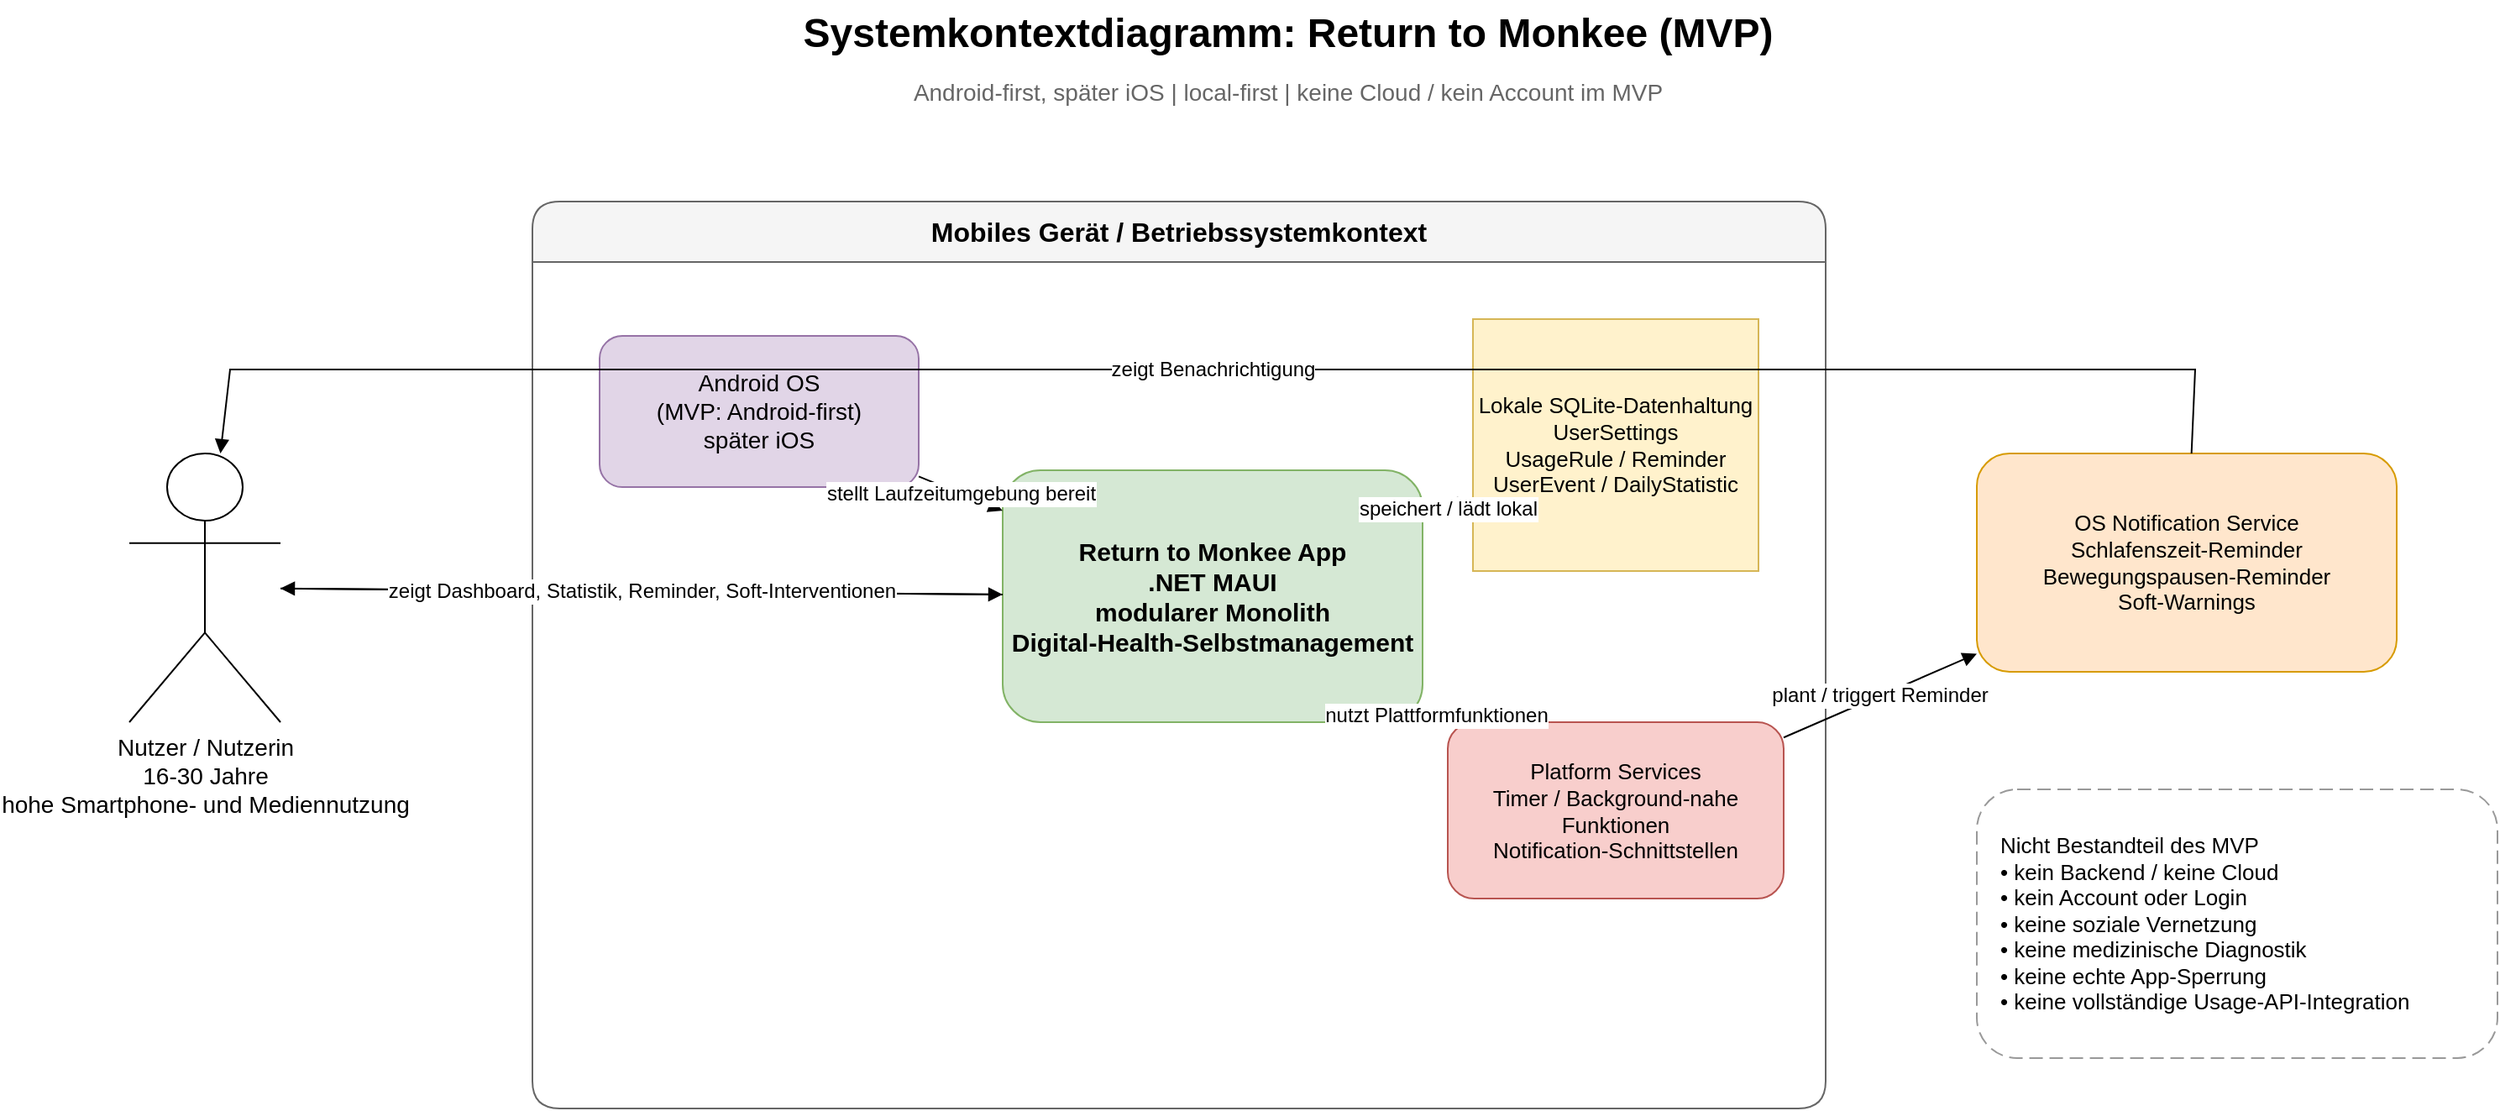
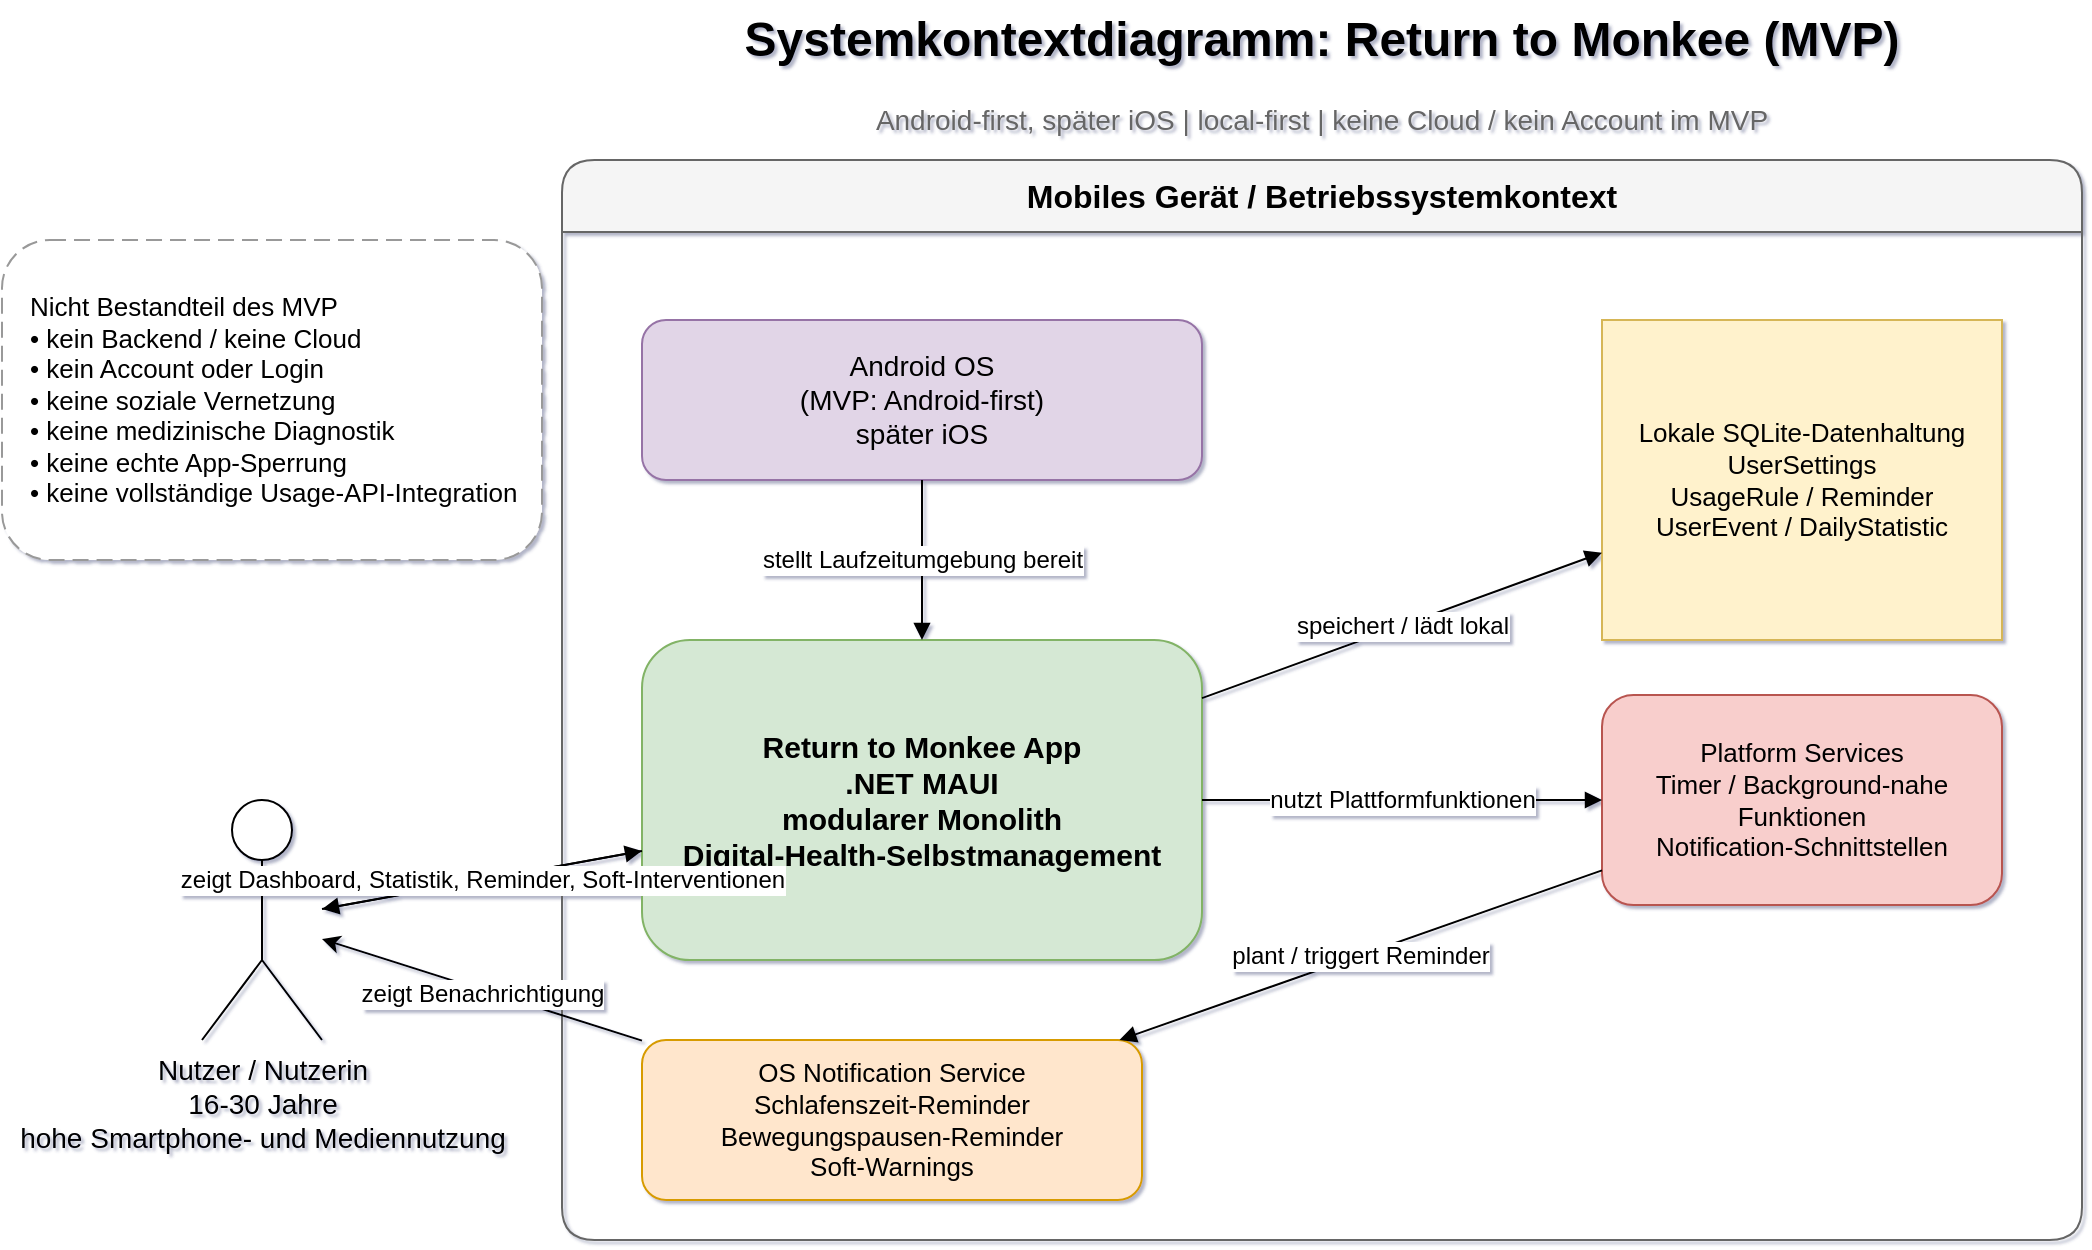
- <mxfile host="app.diagrams.net" modified="2026-05-11T00:00:00.000Z" agent="ChatGPT" version="24.7.17" type="device">
+ <mxfile host="app.diagrams.net" agent="ChatGPT">
  <diagram id="sysctx-v2" name="Systemkontext MVP v2">
-     <mxGraphModel dx="1600" dy="900" grid="1" gridSize="10" guides="1" tooltips="1" connect="1" arrows="1" fold="1" page="1" pageScale="1" pageWidth="1600" pageHeight="900" math="0" shadow="0">
+     <mxGraphModel dx="2018" dy="786" grid="1" gridSize="10" guides="1" tooltips="1" connect="1" arrows="1" fold="1" page="1" pageScale="1" pageWidth="1600" pageHeight="900" background="#ffffff" math="0" shadow="1">
      <root>
        <mxCell id="0" />
        <mxCell id="1" parent="0" />
-         <mxCell id="title" value="Systemkontextdiagramm: Return to Monkee (MVP)" style="text;html=1;strokeColor=none;fillColor=none;align=center;verticalAlign=middle;whiteSpace=wrap;rounded=0;fontSize=24;fontStyle=1" vertex="1" parent="1"><mxGeometry x="320" y="30" width="920" height="40" as="geometry" /></mxCell>
-         <mxCell id="subtitle" value="Android-first, später iOS | local-first | keine Cloud / kein Account im MVP" style="text;html=1;strokeColor=none;fillColor=none;align=center;verticalAlign=middle;whiteSpace=wrap;rounded=0;fontSize=14;fontColor=#666666" vertex="1" parent="1"><mxGeometry x="360" y="70" width="840" height="30" as="geometry" /></mxCell>
- 
-         <mxCell id="actorUser" value="Nutzer / Nutzerin&#xa;16-30 Jahre&#xa;hohe Smartphone- und Mediennutzung" style="shape=umlActor;verticalLabelPosition=bottom;verticalAlign=top;html=1;outlineConnect=0;fontSize=14;" vertex="1" parent="1"><mxGeometry x="90" y="300" width="90" height="160" as="geometry" /></mxCell>
- 
-         <mxCell id="deviceBoundary" value="Mobiles Gerät / Betriebssystemkontext" style="swimlane;whiteSpace=wrap;html=1;startSize=36;rounded=1;fillColor=#f5f5f5;strokeColor=#666666;fontStyle=1;fontSize=16;" vertex="1" parent="1"><mxGeometry x="330" y="150" width="770" height="540" as="geometry" /></mxCell>
-         <mxCell id="os" value="Android OS&#xa;(MVP: Android-first)&#xa;später iOS" style="rounded=1;whiteSpace=wrap;html=1;fillColor=#e1d5e7;strokeColor=#9673a6;fontSize=14;" vertex="1" parent="deviceBoundary"><mxGeometry x="40" y="80" width="190" height="90" as="geometry" /></mxCell>
-         <mxCell id="app" value="Return to Monkee App&#xa;.NET MAUI&#xa;modularer Monolith&#xa;Digital-Health-Selbstmanagement" style="rounded=1;whiteSpace=wrap;html=1;fillColor=#d5e8d4;strokeColor=#82b366;fontSize=15;fontStyle=1;" vertex="1" parent="deviceBoundary"><mxGeometry x="280" y="160" width="250" height="150" as="geometry" /></mxCell>
-         <mxCell id="sqlite" value="Lokale SQLite-Datenhaltung&#xa;UserSettings&#xa;UsageRule / Reminder&#xa;UserEvent / DailyStatistic" style="shape=cylinder3d;whiteSpace=wrap;html=1;boundedLbl=1;backgroundOutline=1;size=15;fillColor=#fff2cc;strokeColor=#d6b656;fontSize=13;" vertex="1" parent="deviceBoundary"><mxGeometry x="560" y="70" width="170" height="150" as="geometry" /></mxCell>
-         <mxCell id="platform" value="Platform Services&#xa;Timer / Background-nahe Funktionen&#xa;Notification-Schnittstellen" style="rounded=1;whiteSpace=wrap;html=1;fillColor=#f8cecc;strokeColor=#b85450;fontSize=13;" vertex="1" parent="deviceBoundary"><mxGeometry x="545" y="310" width="200" height="105" as="geometry" /></mxCell>
-         <mxCell id="notif" value="OS Notification Service&#xa;Schlafenszeit-Reminder&#xa;Bewegungspausen-Reminder&#xa;Soft-Warnings" style="rounded=1;whiteSpace=wrap;html=1;fillColor=#ffe6cc;strokeColor=#d79b00;fontSize=13;" vertex="1" parent="1"><mxGeometry x="1190" y="300" width="250" height="130" as="geometry" /></mxCell>
- 
-         <mxCell id="outscope" value="Nicht Bestandteil des MVP&#xa;• kein Backend / keine Cloud&#xa;• kein Account oder Login&#xa;• keine soziale Vernetzung&#xa;• keine medizinische Diagnostik&#xa;• keine echte App-Sperrung&#xa;• keine vollständige Usage-API-Integration" style="rounded=1;whiteSpace=wrap;html=1;dashed=1;dashPattern=8 4;fillColor=#ffffff;strokeColor=#999999;fontSize=13;align=left;spacingLeft=12;" vertex="1" parent="1"><mxGeometry x="1190" y="500" width="310" height="160" as="geometry" /></mxCell>
- 
-         <mxCell id="e-user-app-1" value="konfiguriert Ziele, Regeln, Schlafenszeit, Pausen" style="endArrow=block;html=1;rounded=0;fontSize=12;" edge="1" parent="1" source="actorUser" target="app"><mxGeometry relative="1" as="geometry"><mxPoint x="210" y="330" as="sourcePoint" /><mxPoint x="610" y="350" as="targetPoint" /></mxGeometry></mxCell>
-         <mxCell id="e-app-user-1" value="zeigt Dashboard, Statistik, Reminder, Soft-Interventionen" style="endArrow=block;html=1;rounded=0;fontSize=12;" edge="1" parent="1" source="app" target="actorUser"><mxGeometry relative="1" as="geometry"><mxPoint x="610" y="440" as="sourcePoint" /><mxPoint x="210" y="440" as="targetPoint" /></mxGeometry></mxCell>
-         <mxCell id="e-app-sqlite" value="speichert / lädt lokal" style="endArrow=block;html=1;rounded=0;fontSize=12;" edge="1" parent="deviceBoundary" source="app" target="sqlite"><mxGeometry relative="1" as="geometry" /></mxCell>
-         <mxCell id="e-app-platform" value="nutzt Plattformfunktionen" style="endArrow=block;html=1;rounded=0;fontSize=12;" edge="1" parent="deviceBoundary" source="app" target="platform"><mxGeometry relative="1" as="geometry" /></mxCell>
-         <mxCell id="e-platform-notif" value="plant / triggert Reminder" style="endArrow=block;html=1;rounded=0;fontSize=12;" edge="1" parent="1" source="platform" target="notif"><mxGeometry relative="1" as="geometry" /></mxCell>
-         <mxCell id="e-notif-user" value="zeigt Benachrichtigung" style="endArrow=block;html=1;rounded=0;fontSize=12;" edge="1" parent="1" source="notif" target="actorUser"><mxGeometry relative="1" as="geometry"><Array as="points"><mxPoint x="1320" y="250" /><mxPoint x="150" y="250" /></Array></mxGeometry></mxCell>
-         <mxCell id="e-os-app" value="stellt Laufzeitumgebung bereit" style="endArrow=block;html=1;rounded=0;fontSize=12;" edge="1" parent="deviceBoundary" source="os" target="app"><mxGeometry relative="1" as="geometry" /></mxCell>
+         <mxCell id="title" parent="1" style="text;html=1;strokeColor=none;fillColor=none;align=center;verticalAlign=middle;whiteSpace=wrap;rounded=0;fontSize=24;fontStyle=1" value="Systemkontextdiagramm: Return to Monkee (MVP)" vertex="1">
+           <mxGeometry height="40" width="600" x="520" y="40" as="geometry" />
+         </mxCell>
+         <mxCell id="subtitle" parent="1" style="text;html=1;strokeColor=none;fillColor=none;align=center;verticalAlign=middle;whiteSpace=wrap;rounded=0;fontSize=14;fontColor=#666666" value="Android-first, später iOS | local-first | keine Cloud / kein Account im MVP" vertex="1">
+           <mxGeometry height="40" width="480" x="580" y="80" as="geometry" />
+         </mxCell>
+         <mxCell id="actorUser" parent="1" style="shape=umlActor;verticalLabelPosition=bottom;verticalAlign=top;html=1;outlineConnect=0;fontSize=14;" value="Nutzer / Nutzerin&#xa;16-30 Jahre&#xa;hohe Smartphone- und Mediennutzung" vertex="1">
+           <mxGeometry height="120" width="60" x="260" y="440" as="geometry" />
+         </mxCell>
+         <mxCell id="deviceBoundary" parent="1" style="swimlane;whiteSpace=wrap;html=1;startSize=36;rounded=1;fillColor=#f5f5f5;strokeColor=#666666;fontStyle=1;fontSize=16;" value="Mobiles Gerät / Betriebssystemkontext" vertex="1">
+           <mxGeometry height="540" width="760" x="440" y="120" as="geometry" />
+         </mxCell>
+         <mxCell id="os" parent="deviceBoundary" style="rounded=1;whiteSpace=wrap;html=1;fillColor=#e1d5e7;strokeColor=#9673a6;fontSize=14;" value="Android OS&#xa;(MVP: Android-first)&#xa;später iOS" vertex="1">
+           <mxGeometry height="80" width="280" x="40" y="80" as="geometry" />
+         </mxCell>
+         <mxCell id="app" parent="deviceBoundary" style="rounded=1;whiteSpace=wrap;html=1;fillColor=#d5e8d4;strokeColor=#82b366;fontSize=15;fontStyle=1;" value="Return to Monkee App&#xa;.NET MAUI&#xa;modularer Monolith&#xa;Digital-Health-Selbstmanagement" vertex="1">
+           <mxGeometry height="160" width="280" x="40" y="240" as="geometry" />
+         </mxCell>
+         <mxCell id="sqlite" parent="deviceBoundary" style="shape=cylinder3d;whiteSpace=wrap;html=1;boundedLbl=1;backgroundOutline=1;size=15;fillColor=#fff2cc;strokeColor=#d6b656;fontSize=13;" value="Lokale SQLite-Datenhaltung&#xa;UserSettings&#xa;UsageRule / Reminder&#xa;UserEvent / DailyStatistic" vertex="1">
+           <mxGeometry height="160" width="200" x="520" y="80" as="geometry" />
+         </mxCell>
+         <mxCell id="platform" parent="deviceBoundary" style="rounded=1;whiteSpace=wrap;html=1;fillColor=#f8cecc;strokeColor=#b85450;fontSize=13;" value="Platform Services&#xa;Timer / Background-nahe Funktionen&#xa;Notification-Schnittstellen" vertex="1">
+           <mxGeometry height="105" width="200" x="520" y="267.5" as="geometry" />
+         </mxCell>
+         <mxCell id="e-app-sqlite" edge="1" parent="deviceBoundary" source="app" style="endArrow=block;html=1;rounded=0;fontSize=12;" target="sqlite" value="speichert / lädt lokal">
+           <mxGeometry relative="1" as="geometry" />
+         </mxCell>
+         <mxCell id="e-app-platform" edge="1" parent="deviceBoundary" source="app" style="endArrow=block;html=1;rounded=0;fontSize=12;" target="platform" value="nutzt Plattformfunktionen">
+           <mxGeometry relative="1" as="geometry" />
+         </mxCell>
+         <mxCell id="e-os-app" edge="1" parent="deviceBoundary" source="os" style="endArrow=block;html=1;rounded=0;fontSize=12;" target="app" value="stellt Laufzeitumgebung bereit">
+           <mxGeometry relative="1" as="geometry" />
+         </mxCell>
+         <mxCell id="notif" parent="deviceBoundary" style="rounded=1;whiteSpace=wrap;html=1;fillColor=#ffe6cc;strokeColor=#d79b00;fontSize=13;" value="OS Notification Service&#xa;Schlafenszeit-Reminder&#xa;Bewegungspausen-Reminder&#xa;Soft-Warnings" vertex="1">
+           <mxGeometry height="80" width="250" x="40" y="440" as="geometry" />
+         </mxCell>
+         <mxCell id="e-platform-notif" edge="1" parent="deviceBoundary" source="platform" style="endArrow=block;html=1;rounded=0;fontSize=12;" target="notif" value="plant / triggert Reminder">
+           <mxGeometry relative="1" as="geometry" />
+         </mxCell>
+         <mxCell id="QFTtDYqOK2muzlW4uQnP-1" edge="1" parent="1" source="notif" style="rounded=0;orthogonalLoop=1;jettySize=auto;html=1;" target="actorUser">
+           <mxGeometry relative="1" as="geometry" />
+         </mxCell>
+         <mxCell id="QFTtDYqOK2muzlW4uQnP-2" connectable="0" parent="QFTtDYqOK2muzlW4uQnP-1" style="edgeLabel;html=1;align=center;verticalAlign=middle;resizable=0;points=[];" value="&lt;span style=&quot;font-size: 12px;&quot;&gt;zeigt Benachrichtigung&lt;/span&gt;" vertex="1">
+           <mxGeometry relative="1" x="-0.0072" y="2" as="geometry">
+             <mxPoint as="offset" />
+           </mxGeometry>
+         </mxCell>
+         <mxCell id="outscope" parent="1" style="rounded=1;whiteSpace=wrap;html=1;dashed=1;dashPattern=8 4;fillColor=#ffffff;strokeColor=#999999;fontSize=13;align=left;spacingLeft=12;" value="Nicht Bestandteil des MVP&#xa;• kein Backend / keine Cloud&#xa;• kein Account oder Login&#xa;• keine soziale Vernetzung&#xa;• keine medizinische Diagnostik&#xa;• keine echte App-Sperrung&#xa;• keine vollständige Usage-API-Integration" vertex="1">
+           <mxGeometry height="160" width="270" x="160" y="160" as="geometry" />
+         </mxCell>
+         <mxCell id="e-user-app-1" edge="1" parent="1" source="actorUser" style="endArrow=block;html=1;rounded=0;fontSize=12;" target="app" value="konfiguriert Ziele, Regeln, Schlafenszeit, Pausen">
+           <mxGeometry relative="1" as="geometry">
+             <mxPoint x="210" y="330" as="sourcePoint" />
+             <mxPoint x="610" y="350" as="targetPoint" />
+           </mxGeometry>
+         </mxCell>
+         <mxCell id="e-app-user-1" edge="1" parent="1" source="app" style="endArrow=block;html=1;rounded=0;fontSize=12;" target="actorUser" value="zeigt Dashboard, Statistik, Reminder, Soft-Interventionen">
+           <mxGeometry relative="1" x="0.0022" as="geometry">
+             <mxPoint as="offset" />
+             <mxPoint x="610" y="440" as="sourcePoint" />
+             <mxPoint x="210" y="440" as="targetPoint" />
+           </mxGeometry>
+         </mxCell>
      </root>
    </mxGraphModel>
  </diagram>
</mxfile>
